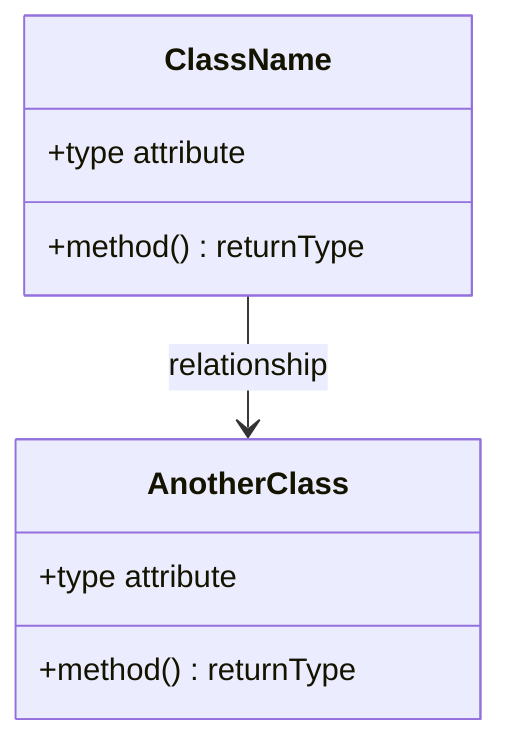
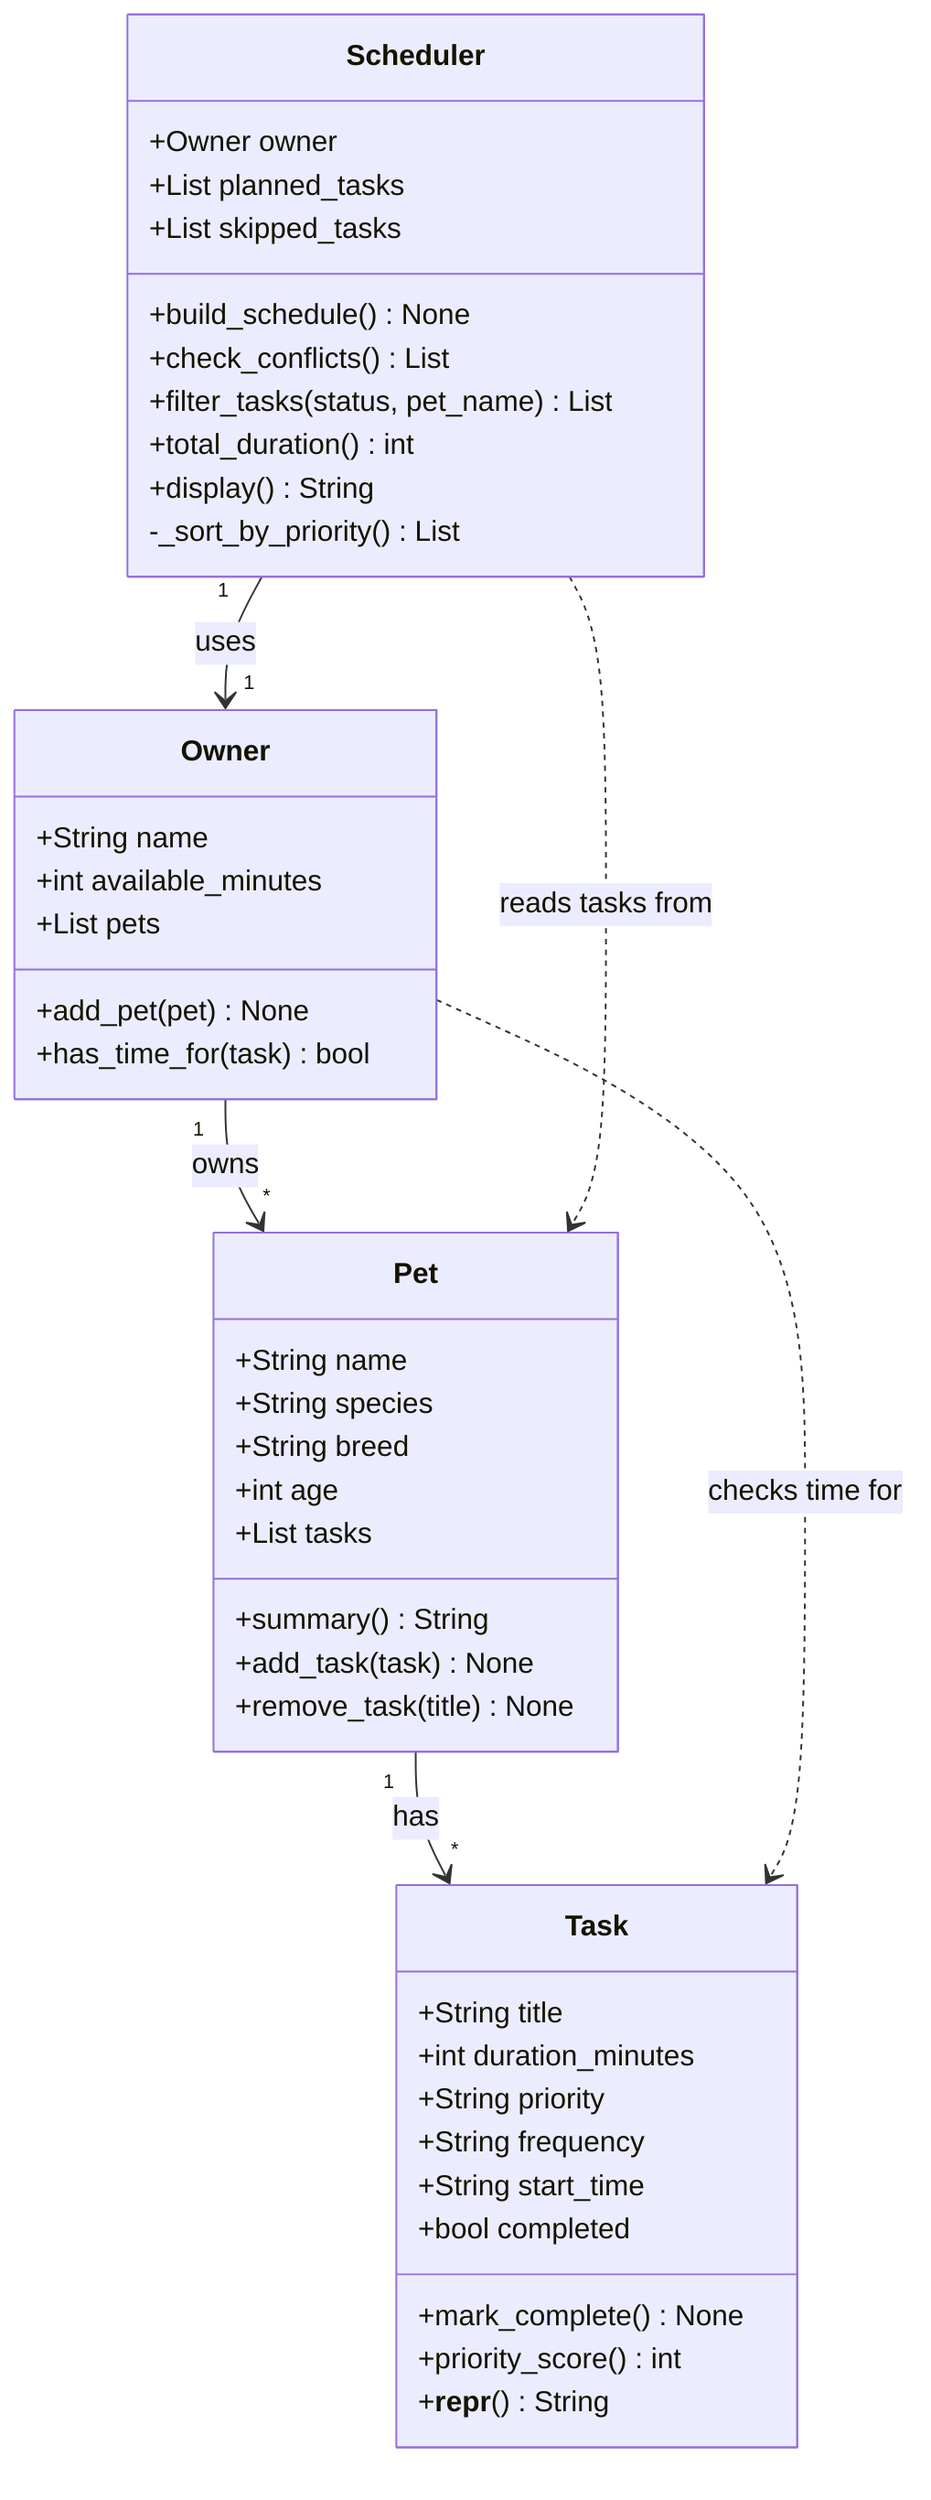
classDiagram
-     %% Replace the placeholders below with your actual classes, attributes, methods, and relationships.
-     %% Keep this file updated so it matches your final implementation.
- 
-     class ClassName {
-         +type attribute
-         +method() returnType
+     class Task {
+         +String title
+         +int duration_minutes
+         +String priority
+         +String frequency
+         +String start_time
+         +bool completed
+         +mark_complete() None
+         +priority_score() int
+         +__repr__() String
    }

-     class AnotherClass {
-         +type attribute
-         +method() returnType
+     class Pet {
+         +String name
+         +String species
+         +String breed
+         +int age
+         +List tasks
+         +summary() String
+         +add_task(task) None
+         +remove_task(title) None
    }

-     ClassName --> AnotherClass : relationship+     class Owner {
+         +String name
+         +int available_minutes
+         +List pets
+         +add_pet(pet) None
+         +has_time_for(task) bool
+     }
+ 
+     class Scheduler {
+         +Owner owner
+         +List planned_tasks
+         +List skipped_tasks
+         +build_schedule() None
+         +check_conflicts() List
+         +filter_tasks(status, pet_name) List
+         +total_duration() int
+         +display() String
+         -_sort_by_priority() List
+     }
+ 
+     Owner "1" --> "*" Pet : owns
+     Pet "1" --> "*" Task : has
+     Scheduler "1" --> "1" Owner : uses
+     Owner ..> Task : checks time for
+     Scheduler ..> Pet : reads tasks from
